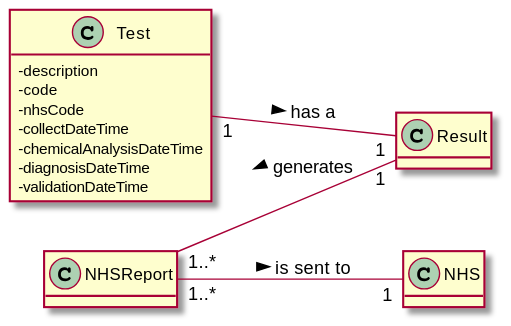
Above: docs/SprintD/US18/US18-MD.svg in 0franciscor/lei-21-s2-1de-g19 (PlantUML), before the change. The source it was exported from:
```plantuml
@startuml

hide methods
skinparam classAttributeIconSize 0
left to right direction


class Test
class Result
class NHSReport
class NHS

Test "1" -- "1" Result : > has a
NHSReport "1..*" -- "1" Result : < generates
NHSReport "1..*" -- "1" NHS : > is sent to

class Test{
-description
-code
-nhsCode
-collectDateTime
-chemicalAnalysisDateTime
-diagnosisDateTime
-validationDateTime
}

class Result {
}

class NHSReport {
}

class NHS {
}

@enduml
```
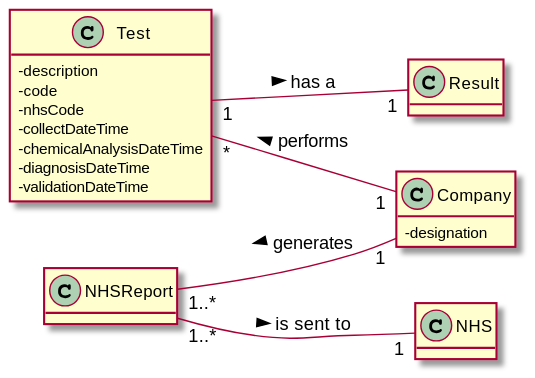
After the commit.

Commit message:
[US18] - Pequena alteração no "Relevant Domain Model Excerpt"

Change to the diagram source:
```diff
@@ -9,10 +9,12 @@
 class Result
 class NHSReport
 class NHS
+class Company
 
 Test "1" -- "1" Result : > has a
-NHSReport "1..*" -- "1" Result : < generates
+NHSReport "1..*" -- "1" Company : < generates
 NHSReport "1..*" -- "1" NHS : > is sent to
+Test "*" -- "1" Company : < performs
 
 class Test{
 -description
@@ -33,4 +35,8 @@
 class NHS {
 }
 
+class Company{
+-designation
+}
+
 @enduml
```
